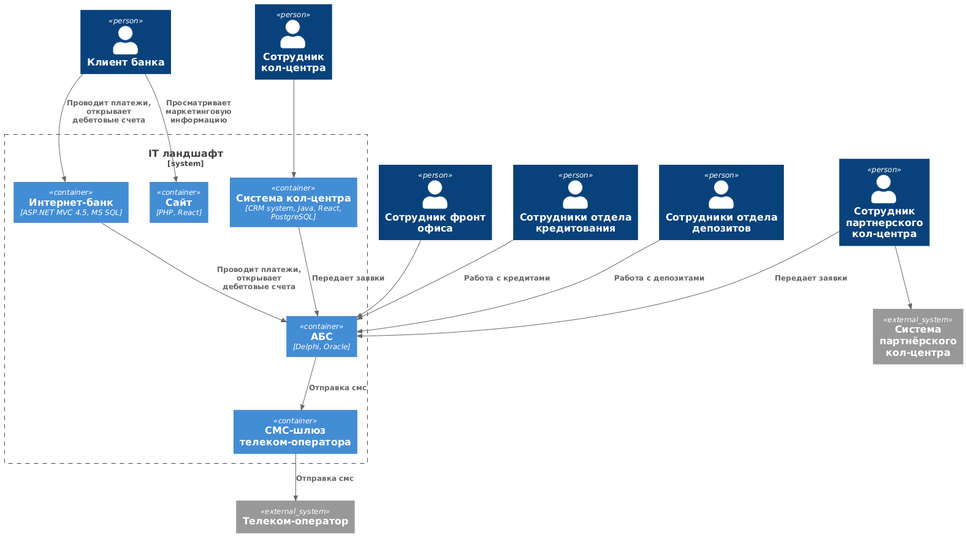
Gotoh666/architecture-standart keeps this PlantUML diagram as Task1/integrations.png. Above is the earlier version.
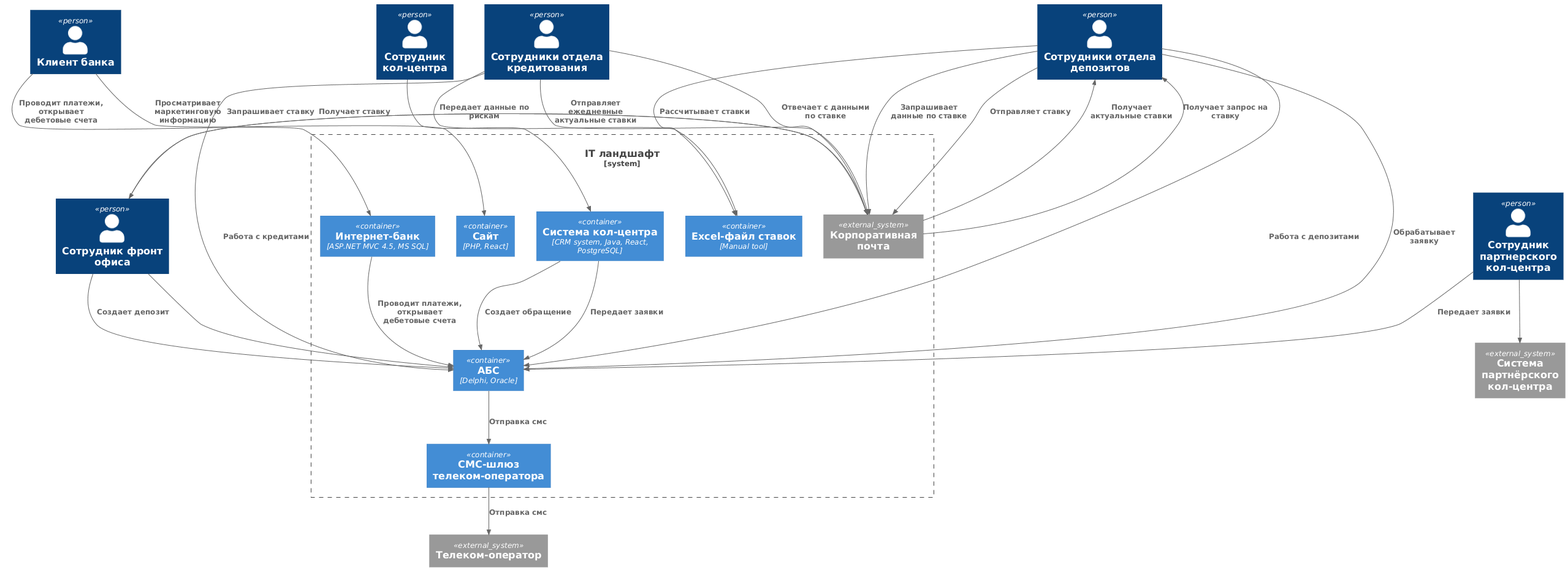
Later version of the same file.

The edit, as a diff of the source:
```diff
@@ -20,6 +20,8 @@
 Container(smsgateway, "СМС-шлюз телеком-оператора", "")
 Container(site, "Сайт", "PHP, React")
 
+Container(excel, "Excel-файл ставок", "Manual tool")
+System_Ext(email, "Корпоративная почта")
 }
 
 
@@ -39,4 +41,25 @@
 
 Rel(call, abs, "Передает заявки", "")
 Rel(userExtCall, abs, "Передает заявки", "")
+
+
+Rel(userDeposit, excel, "Рассчитывает ставки", "")
+Rel(userCredit, excel, "Передает данные по рискам", "")
+
+Rel(userDeposit, email, "Запрашивает данные по ставке", "")
+Rel(userCredit, email, "Отвечает с данными по ставке", "")
+
+Rel(userCredit, email, "Отправляет ежедневные актуальные ставки", "")
+Rel(email, userDeposit, "Получает актуальные ставки", "")
+
+Rel(userfront, email, "Запрашивает ставку", "")
+Rel(email, userDeposit, "Получает запрос на ставку", "")
+
+Rel(userDeposit, email, "Отправляет ставку", "")
+Rel(email, userfront, "Получает ставку", "")
+
+Rel(call, abs, "Создает обращение", "")
+Rel(userDeposit, abs, "Обрабатывает заявку", "")
+
+Rel(userfront, abs, "Создает депозит", "")
 @enduml
```
